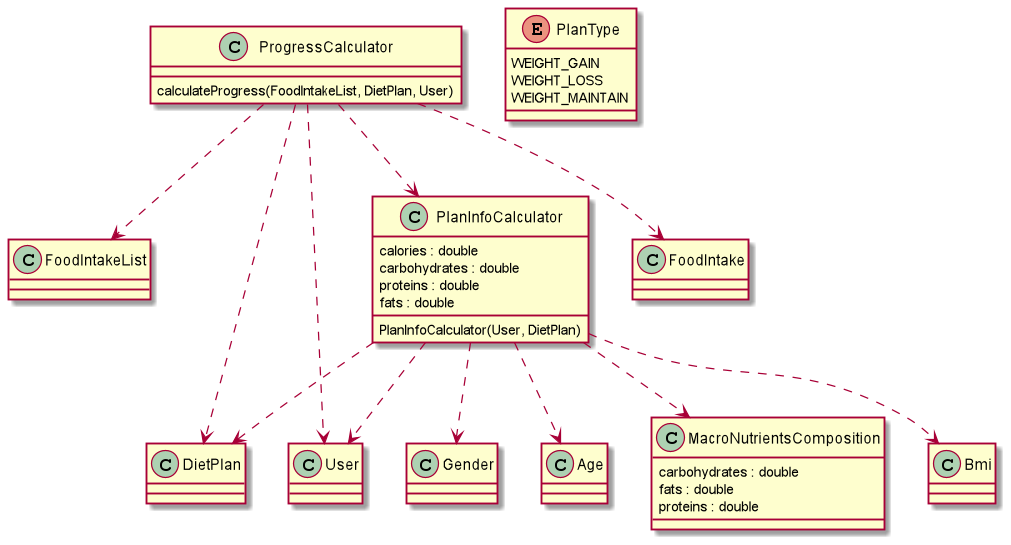
Before: docs/images/ProgressCalculatorClassDiagram.png, a diagram exported from PlantUML (nus-cs2103-AY2021S2/tp). The source it was exported from:
```plantuml
@startuml

skinparam classAttributeIconSize 0

class ProgressCalculator
class FoodIntakeList
class DietPlan
class User
class FoodIntake
class PlanInfoCalculator
class MacroNutrientsComposition
class Bmi
class Gender
class Age

PlanInfoCalculator ..> Bmi
PlanInfoCalculator ..> Gender
PlanInfoCalculator ..> Age

class PlanInfoCalculator {
calories : double
carbohydrates : double
proteins : double
fats : double
PlanInfoCalculator(User, DietPlan)
}

PlanInfoCalculator ..> MacroNutrientsComposition
PlanInfoCalculator ..> User
PlanInfoCalculator ..> DietPlan

class MacroNutrientsComposition {
carbohydrates : double
fats : double
proteins : double
}

class ProgressCalculator {
calculateProgress(FoodIntakeList, DietPlan, User)
}

ProgressCalculator ..> FoodIntakeList
ProgressCalculator ..> DietPlan
ProgressCalculator ..> User
ProgressCalculator ..> PlanInfoCalculator
ProgressCalculator ..> FoodIntake

enum PlanType {
WEIGHT_GAIN
WEIGHT_LOSS
WEIGHT_MAINTAIN
}

@enduml
```
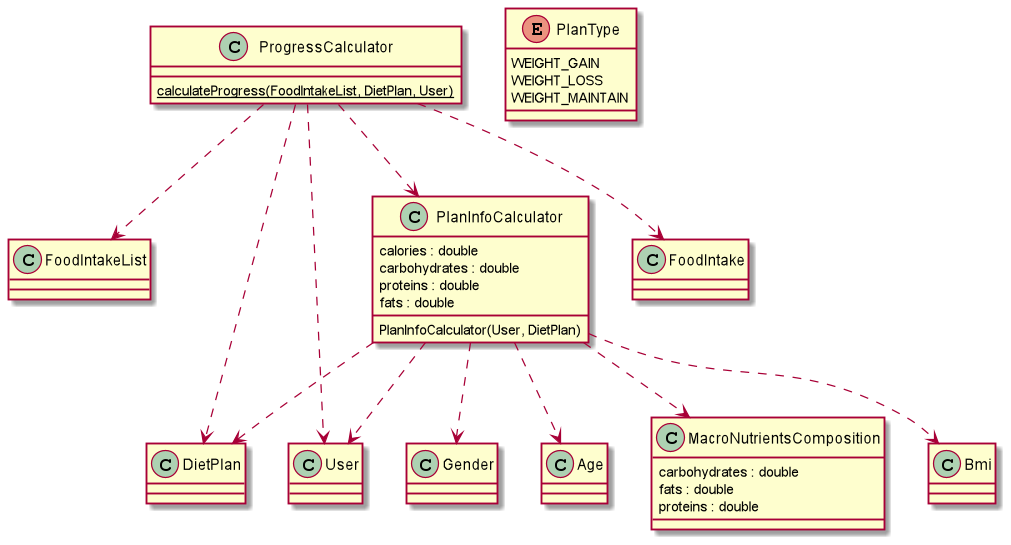
The same file after the commit.

Commit message:
Update calculateProgress class diagram

Change to the diagram source:
```diff
@@ -36,7 +36,7 @@
 }
 
 class ProgressCalculator {
-calculateProgress(FoodIntakeList, DietPlan, User)
+{static}calculateProgress(FoodIntakeList, DietPlan, User)
 }
 
 ProgressCalculator ..> FoodIntakeList
```
